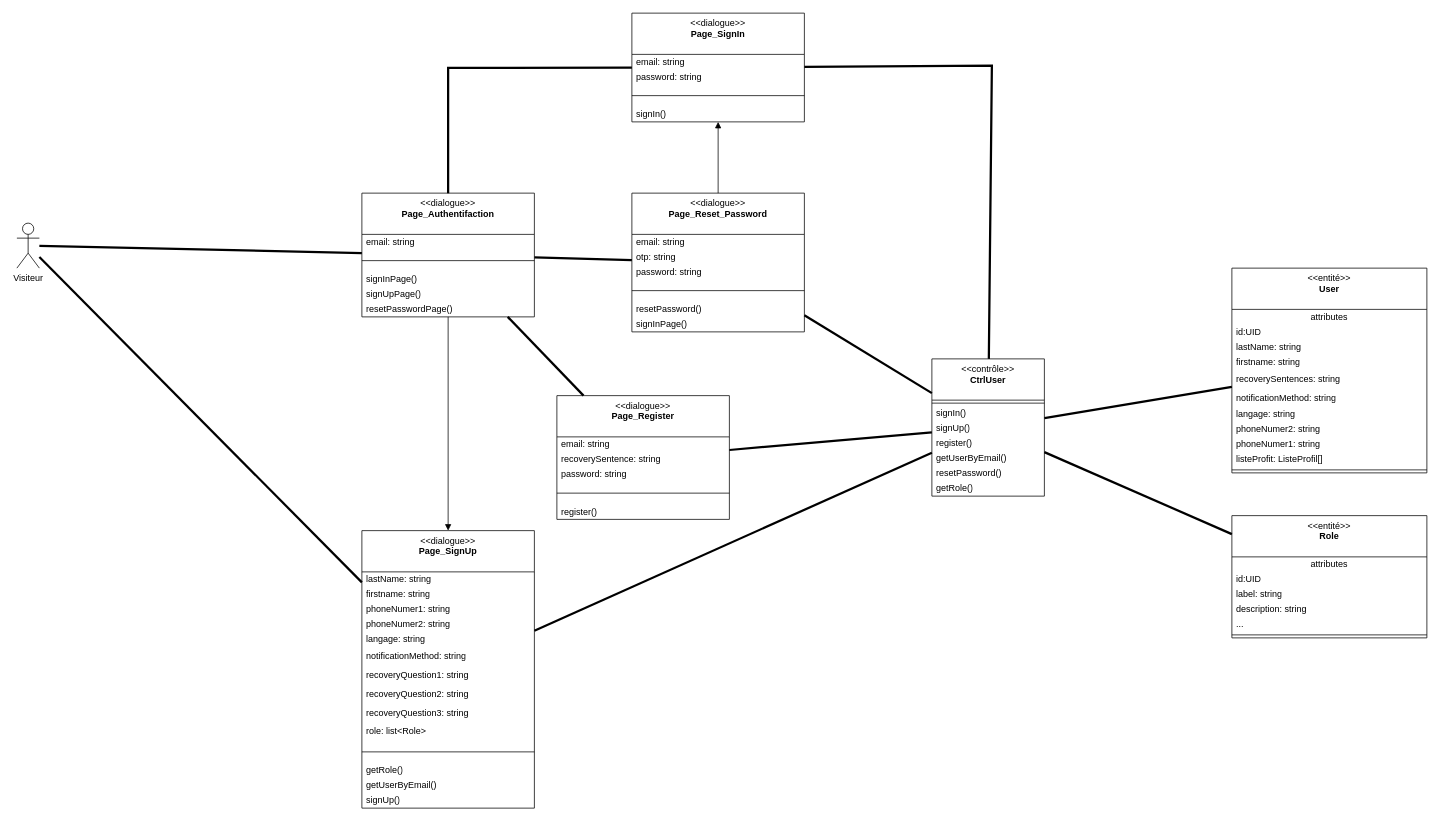
Kaji17/Diagramme-UML keeps this draw.io diagram as page "DCP-UTILISATEUR" (10 of 12) of Diagramme-vone-2024.drawio. Above is the earlier version. Source tidied: cells renumbered, new cells numbered last; positions are measured from the earlier drawing's top-left corner, leaving out a move shared by most shapes. Both pictures are drawn from the tidied source at 75%, with x=0, y=0 at pixel (16, 13).
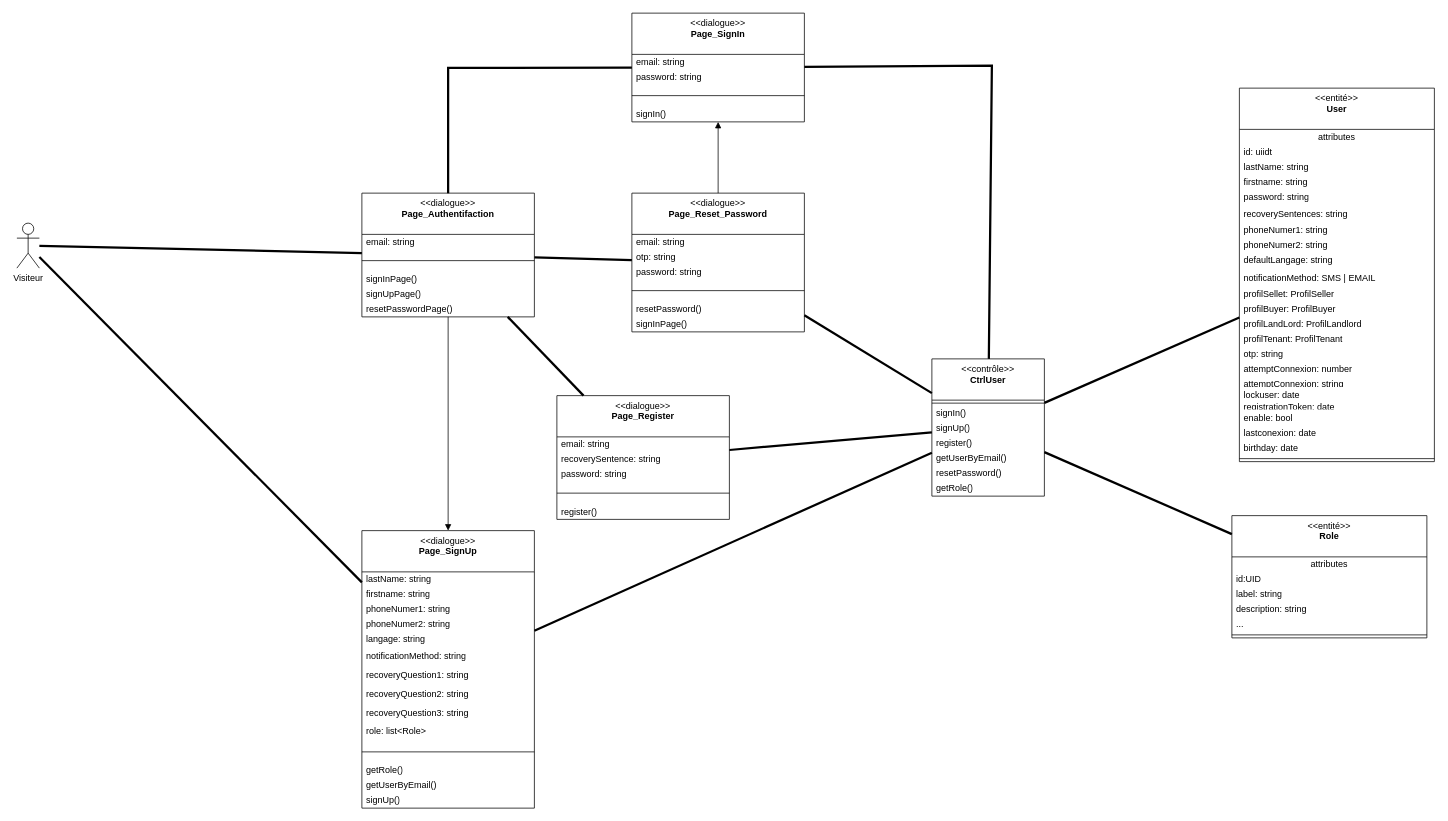
After the change.

Change to the diagram source:
```diff
@@
-    <mxCell id="61" value="&amp;lt;&amp;lt;entité&amp;gt;&amp;gt;&lt;br&gt;&lt;b&gt;User&lt;/b&gt;" style="swimlane;fontStyle=0;align=center;verticalAlign=top;horizontal=1;startSize=55;html=1;whiteSpace=wrap;" parent="1" vertex="1">
-      <mxGeometry x="1620" y="340" width="260" height="273" as="geometry" />
-    </mxCell>
-    <mxCell id="62" value="attributes" style="text;html=1;align=center;verticalAlign=middle;spacingLeft=4;spacingRight=4;overflow=hidden;whiteSpace=wrap;" parent="61" vertex="1">
-      <mxGeometry y="55" width="260" height="20" as="geometry" />
-    </mxCell>
-    <mxCell id="63" value="id:UID" style="text;html=1;align=left;verticalAlign=middle;spacingLeft=4;spacingRight=4;overflow=hidden;whiteSpace=wrap;" parent="61" vertex="1">
-      <mxGeometry y="75" width="260" height="20" as="geometry" />
-    </mxCell>
-    <mxCell id="64" value="lastName: string" style="text;html=1;align=left;verticalAlign=middle;spacingLeft=4;spacingRight=4;overflow=hidden;whiteSpace=wrap;" parent="61" vertex="1">
-      <mxGeometry y="95" width="260" height="20" as="geometry" />
-    </mxCell>
-    <mxCell id="65" value="firstname: string" style="text;html=1;align=left;verticalAlign=middle;spacingLeft=4;spacingRight=4;overflow=hidden;whiteSpace=wrap;" parent="61" vertex="1">
-      <mxGeometry y="115" width="260" height="20" as="geometry" />
-    </mxCell>
-    <mxCell id="66" value="recoverySentences: string" style="text;html=1;align=left;verticalAlign=middle;spacingLeft=4;spacingRight=4;overflow=hidden;whiteSpace=wrap;" parent="61" vertex="1">
-      <mxGeometry y="135" width="260" height="25" as="geometry" />
-    </mxCell>
-    <mxCell id="67" value="notificationMethod: string" style="text;html=1;align=left;verticalAlign=middle;spacingLeft=4;spacingRight=4;overflow=hidden;whiteSpace=wrap;" parent="61" vertex="1">
-      <mxGeometry y="160" width="260" height="25" as="geometry" />
-    </mxCell>
-    <mxCell id="68" value="langage: string" style="text;html=1;align=left;verticalAlign=middle;spacingLeft=4;spacingRight=4;overflow=hidden;whiteSpace=wrap;" parent="61" vertex="1">
-      <mxGeometry y="185" width="260" height="20" as="geometry" />
-    </mxCell>
-    <mxCell id="69" value="phoneNumer2: string" style="text;html=1;align=left;verticalAlign=middle;spacingLeft=4;spacingRight=4;overflow=hidden;whiteSpace=wrap;" parent="61" vertex="1">
-      <mxGeometry y="205" width="260" height="20" as="geometry" />
-    </mxCell>
-    <mxCell id="70" value="phoneNumer1: string" style="text;html=1;align=left;verticalAlign=middle;spacingLeft=4;spacingRight=4;overflow=hidden;whiteSpace=wrap;" parent="61" vertex="1">
-      <mxGeometry y="225" width="260" height="20" as="geometry" />
-    </mxCell>
-    <mxCell id="71" value="listeProfit: ListeProfil[]" style="text;html=1;align=left;verticalAlign=middle;spacingLeft=4;spacingRight=4;overflow=hidden;whiteSpace=wrap;" parent="61" vertex="1">
-      <mxGeometry y="245" width="260" height="20" as="geometry" />
-    </mxCell>
-    <mxCell id="72" style="line;strokeWidth=1;align=left;verticalAlign=middle;spacingTop=-1;spacingLeft=3;spacingRight=3;labelPosition=right;" parent="61" vertex="1">
-      <mxGeometry y="265" width="260" height="8" as="geometry" />
-    </mxCell>
@@
+    <mxCell id="61" value="&amp;lt;&amp;lt;entité&amp;gt;&amp;gt;&lt;br&gt;&lt;b&gt;User&lt;/b&gt;" style="swimlane;fontStyle=0;align=center;verticalAlign=top;horizontal=1;startSize=55;html=1;whiteSpace=wrap;" parent="1" vertex="1">
+      <mxGeometry x="1630" y="100" width="260" height="498" as="geometry" />
+    </mxCell>
+    <mxCell id="62" value="attributes" style="text;html=1;align=center;verticalAlign=middle;spacingLeft=4;spacingRight=4;overflow=hidden;whiteSpace=wrap;" parent="61" vertex="1">
+      <mxGeometry y="55" width="260" height="20" as="geometry" />
+    </mxCell>
+    <mxCell id="82" value="id: uiidt" style="text;html=1;align=left;verticalAlign=middle;spacingLeft=4;spacingRight=4;overflow=hidden;whiteSpace=wrap;" parent="61" vertex="1">
+      <mxGeometry y="75" width="260" height="20" as="geometry" />
+    </mxCell>
+    <mxCell id="64" value="lastName: string" style="text;html=1;align=left;verticalAlign=middle;spacingLeft=4;spacingRight=4;overflow=hidden;whiteSpace=wrap;" parent="61" vertex="1">
+      <mxGeometry y="95" width="260" height="20" as="geometry" />
+    </mxCell>
+    <mxCell id="65" value="firstname: string" style="text;html=1;align=left;verticalAlign=middle;spacingLeft=4;spacingRight=4;overflow=hidden;whiteSpace=wrap;" parent="61" vertex="1">
+      <mxGeometry y="115" width="260" height="20" as="geometry" />
+    </mxCell>
+    <mxCell id="83" value="password: string" style="text;html=1;align=left;verticalAlign=middle;spacingLeft=4;spacingRight=4;overflow=hidden;whiteSpace=wrap;" parent="61" vertex="1">
+      <mxGeometry y="135" width="260" height="20" as="geometry" />
+    </mxCell>
+    <mxCell id="66" value="recoverySentences: string" style="text;html=1;align=left;verticalAlign=middle;spacingLeft=4;spacingRight=4;overflow=hidden;whiteSpace=wrap;" parent="61" vertex="1">
+      <mxGeometry y="155" width="260" height="25" as="geometry" />
+    </mxCell>
+    <mxCell id="70" value="phoneNumer1: string" style="text;html=1;align=left;verticalAlign=middle;spacingLeft=4;spacingRight=4;overflow=hidden;whiteSpace=wrap;" parent="61" vertex="1">
+      <mxGeometry y="180" width="260" height="20" as="geometry" />
+    </mxCell>
+    <mxCell id="69" value="phoneNumer2: string" style="text;html=1;align=left;verticalAlign=middle;spacingLeft=4;spacingRight=4;overflow=hidden;whiteSpace=wrap;" parent="61" vertex="1">
+      <mxGeometry y="200" width="260" height="20" as="geometry" />
+    </mxCell>
+    <mxCell id="84" value="defaultLangage: string" style="text;html=1;align=left;verticalAlign=middle;spacingLeft=4;spacingRight=4;overflow=hidden;whiteSpace=wrap;" parent="61" vertex="1">
+      <mxGeometry y="220" width="260" height="20" as="geometry" />
+    </mxCell>
+    <mxCell id="85" value="notificationMethod: SMS | EMAIL" style="text;html=1;align=left;verticalAlign=middle;spacingLeft=4;spacingRight=4;overflow=hidden;whiteSpace=wrap;" parent="61" vertex="1">
+      <mxGeometry y="240" width="260" height="25" as="geometry" />
+    </mxCell>
+    <mxCell id="86" value="profilSellet: ProfilSeller" style="text;html=1;align=left;verticalAlign=middle;spacingLeft=4;spacingRight=4;overflow=hidden;whiteSpace=wrap;" parent="61" vertex="1">
+      <mxGeometry y="265" width="260" height="20" as="geometry" />
+    </mxCell>
+    <mxCell id="87" value="profilBuyer: ProfilBuyer" style="text;html=1;align=left;verticalAlign=middle;spacingLeft=4;spacingRight=4;overflow=hidden;whiteSpace=wrap;" parent="61" vertex="1">
+      <mxGeometry y="285" width="260" height="20" as="geometry" />
+    </mxCell>
+    <mxCell id="88" value="profilLandLord: ProfilLandlord" style="text;html=1;align=left;verticalAlign=middle;spacingLeft=4;spacingRight=4;overflow=hidden;whiteSpace=wrap;" parent="61" vertex="1">
+      <mxGeometry y="305" width="260" height="20" as="geometry" />
+    </mxCell>
+    <mxCell id="89" value="profilTenant: ProfilTenant" style="text;html=1;align=left;verticalAlign=middle;spacingLeft=4;spacingRight=4;overflow=hidden;whiteSpace=wrap;" parent="61" vertex="1">
+      <mxGeometry y="325" width="260" height="20" as="geometry" />
+    </mxCell>
+    <mxCell id="90" value="otp: string" style="text;html=1;align=left;verticalAlign=middle;spacingLeft=4;spacingRight=4;overflow=hidden;whiteSpace=wrap;" parent="61" vertex="1">
+      <mxGeometry y="345" width="260" height="20" as="geometry" />
+    </mxCell>
+    <mxCell id="91" value="attemptConnexion: number" style="text;html=1;align=left;verticalAlign=middle;spacingLeft=4;spacingRight=4;overflow=hidden;whiteSpace=wrap;" parent="61" vertex="1">
+      <mxGeometry y="365" width="260" height="20" as="geometry" />
+    </mxCell>
+    <mxCell id="92" value="attemptConnexion: string" style="text;html=1;align=left;verticalAlign=middle;spacingLeft=4;spacingRight=4;overflow=hidden;whiteSpace=wrap;" parent="61" vertex="1">
+      <mxGeometry y="385" width="260" height="15" as="geometry" />
+    </mxCell>
+    <mxCell id="93" value="lockuser: date" style="text;html=1;align=left;verticalAlign=middle;spacingLeft=4;spacingRight=4;overflow=hidden;whiteSpace=wrap;" parent="61" vertex="1">
+      <mxGeometry y="400" width="260" height="15" as="geometry" />
+    </mxCell>
+    <mxCell id="94" value="registrationToken: date" style="text;html=1;align=left;verticalAlign=middle;spacingLeft=4;spacingRight=4;overflow=hidden;whiteSpace=wrap;" parent="61" vertex="1">
+      <mxGeometry y="415" width="260" height="15" as="geometry" />
+    </mxCell>
+    <mxCell id="95" value="enable: bool" style="text;html=1;align=left;verticalAlign=middle;spacingLeft=4;spacingRight=4;overflow=hidden;whiteSpace=wrap;" parent="61" vertex="1">
+      <mxGeometry y="430" width="260" height="20" as="geometry" />
+    </mxCell>
+    <mxCell id="96" value="lastconexion: date" style="text;html=1;align=left;verticalAlign=middle;spacingLeft=4;spacingRight=4;overflow=hidden;whiteSpace=wrap;" parent="61" vertex="1">
+      <mxGeometry y="450" width="260" height="20" as="geometry" />
+    </mxCell>
+    <mxCell id="97" value="birthday: date" style="text;html=1;align=left;verticalAlign=middle;spacingLeft=4;spacingRight=4;overflow=hidden;whiteSpace=wrap;" parent="61" vertex="1">
+      <mxGeometry y="470" width="260" height="20" as="geometry" />
+    </mxCell>
+    <mxCell id="98" style="line;strokeWidth=1;align=left;verticalAlign=middle;spacingTop=-1;spacingLeft=3;spacingRight=3;labelPosition=right;" parent="61" vertex="1">
+      <mxGeometry y="490" width="260" height="8" as="geometry" />
+    </mxCell>
```
